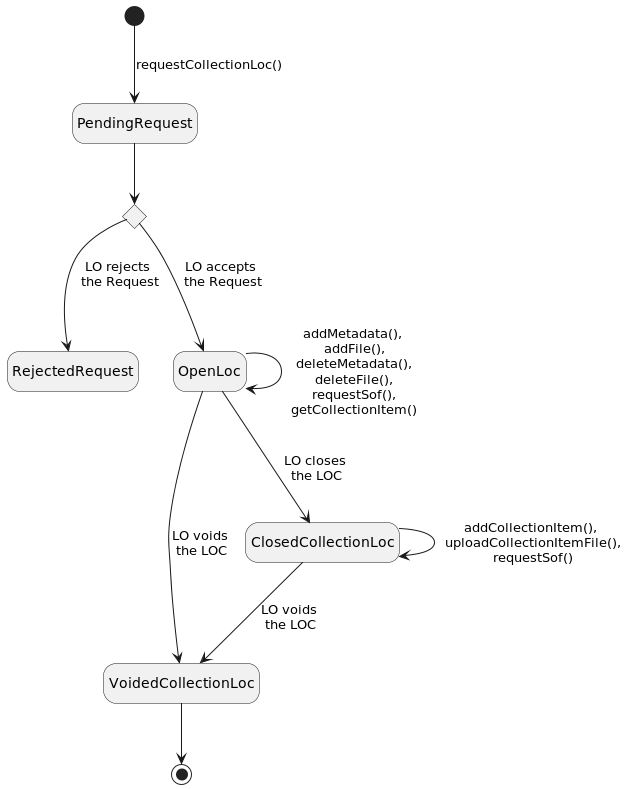
Above: website/docs/client/img/collection-state.png in MrSwartsBang/crypto-ecosystems (PlantUML), before the change.
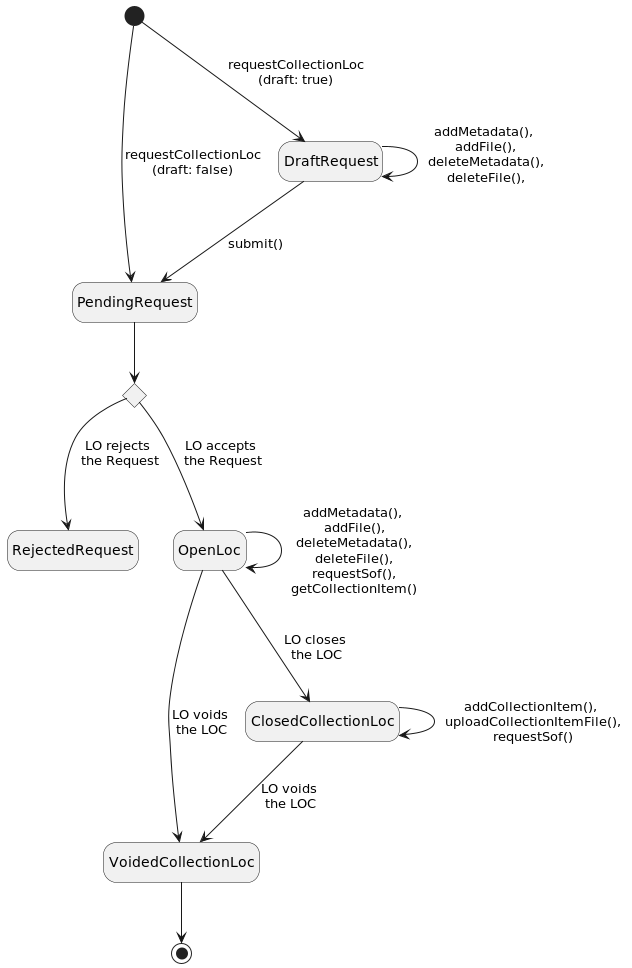
Later version of the same file.

Commit message:
feat: add "Draft" mode to LOC state diagrams.

What changed in the source:
```diff
@@ -1,7 +1,10 @@
 @startuml
 hide empty description
 state "Decision" as decision <<choice>>
-[*] --> PendingRequest: requestCollectionLoc()
+[*] --> PendingRequest: requestCollectionLoc\n(draft: false)
+[*] --> DraftRequest: requestCollectionLoc\n(draft: true)
+DraftRequest --> DraftRequest: addMetadata(),\n addFile(),\n deleteMetadata(),\n deleteFile(),\n
+DraftRequest --> PendingRequest: submit()
 PendingRequest --> decision
 decision --> RejectedRequest: LO rejects\n the Request
 decision --> OpenLoc: LO accepts\n the Request
```
